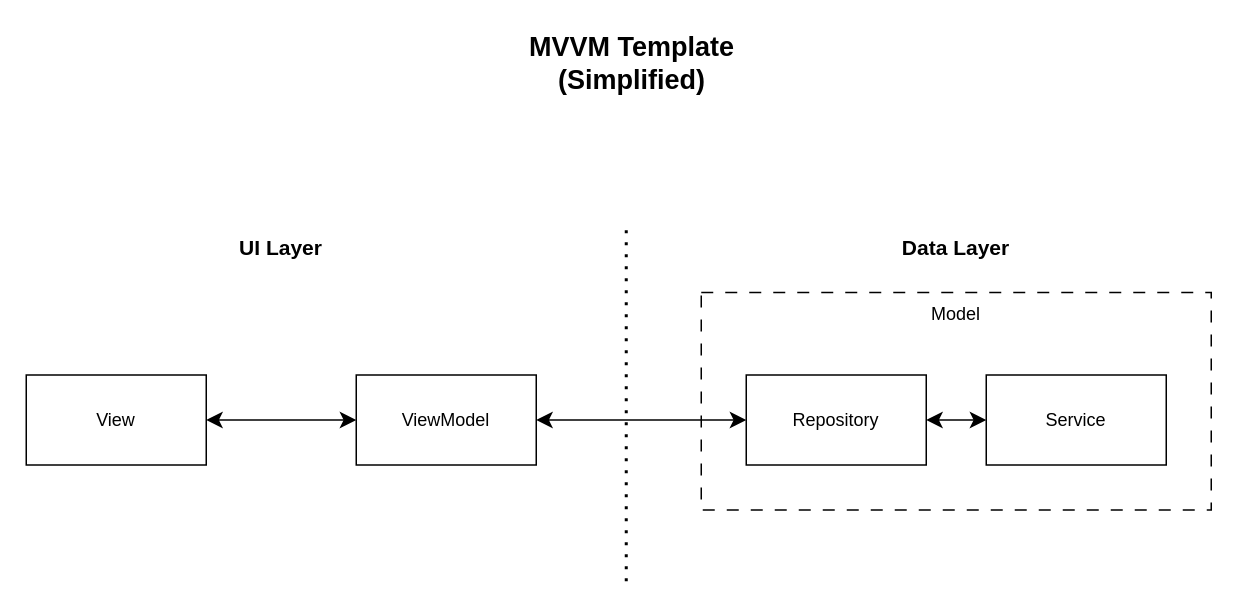
Above: page "Simplified" (1 of 4) of MVVM_template.drawio in Oxford-Hypernautics/.github (draw.io), before the change. Source tidied: cells renumbered, new cells numbered last; positions are measured from the earlier drawing's top-left corner, leaving out a move shared by most shapes. Both pictures are drawn from the tidied source at 150%, with x=0, y=0 at pixel (26, 26).
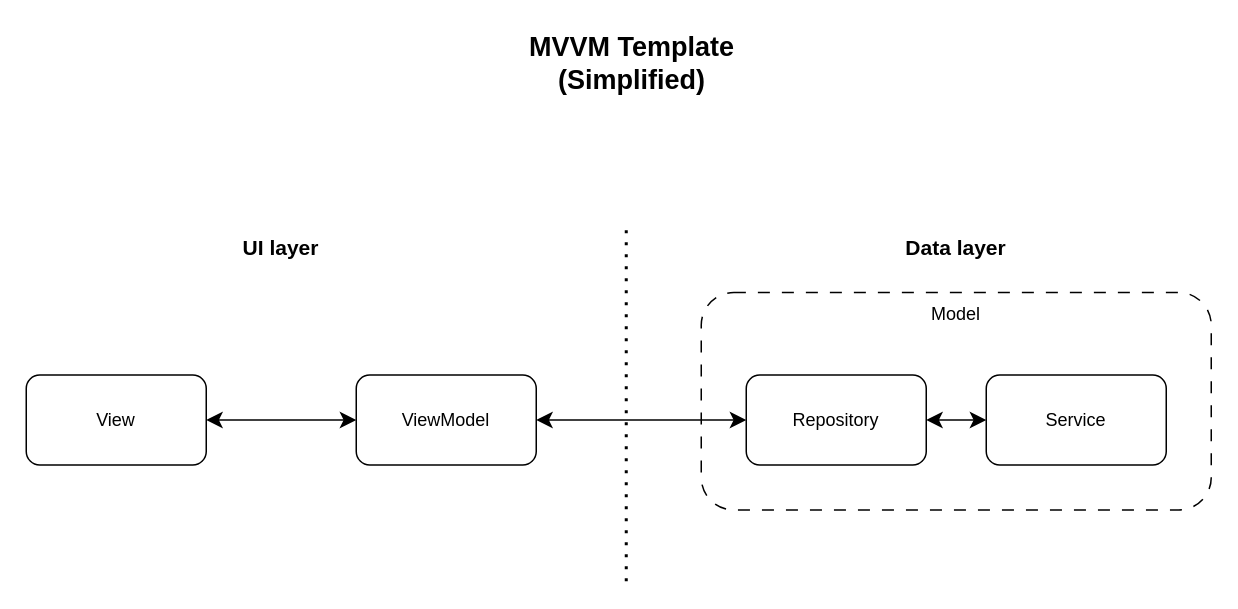
Above is the later version.

Commit message:
feat: add "Domain layer" page

Diff of the diagram source:
```diff
@@
 <mxGraphModel>
   <root>
     <mxCell id="0" />
     <mxCell id="1" parent="0" />
     <mxCell id="2" value="MVVM Template&lt;div&gt;(Simplified)&lt;/div&gt;" style="text;html=1;align=center;verticalAlign=middle;whiteSpace=wrap;rounded=0;fontSize=18;fontStyle=1;" parent="1" vertex="1">
       <mxGeometry x="329" width="150" height="50" as="geometry" />
     </mxCell>
     <mxCell id="3" parent="0" />
-    <mxCell id="4" value="ViewModel" style="whiteSpace=wrap;html=1;" parent="3" vertex="1">
+    <mxCell id="4" value="ViewModel" style="whiteSpace=wrap;html=1;rounded=1;" parent="3" vertex="1">
       <mxGeometry x="220" y="232.5" width="120" height="60" as="geometry" />
     </mxCell>
-    <mxCell id="5" value="View" style="whiteSpace=wrap;html=1;" parent="3" vertex="1">
+    <mxCell id="5" value="View" style="whiteSpace=wrap;html=1;rounded=1;" parent="3" vertex="1">
       <mxGeometry y="232.5" width="120" height="60" as="geometry" />
     </mxCell>
-    <mxCell id="6" value="Model" style="rounded=0;whiteSpace=wrap;html=1;verticalAlign=top;dashed=1;strokeColor=default;dashPattern=8 8;" parent="3" vertex="1">
+    <mxCell id="6" value="Model" style="rounded=1;whiteSpace=wrap;html=1;verticalAlign=top;dashed=1;strokeColor=default;dashPattern=8 8;" parent="3" vertex="1">
       <mxGeometry x="450" y="177.5" width="340" height="145" as="geometry" />
     </mxCell>
     <mxCell id="7" style="endArrow=classic;startArrow=classic;html=1;rounded=0;fontSize=12;startSize=8;endSize=8;curved=1;" parent="3" edge="1" source="4" target="9">
       <mxGeometry relative="1" as="geometry" />
     </mxCell>
     <mxCell id="8" style="endArrow=classic;startArrow=classic;html=1;rounded=0;fontSize=12;startSize=8;endSize=8;curved=1;" parent="3" edge="1" source="5" target="4">
       <mxGeometry relative="1" as="geometry" />
     </mxCell>
-    <mxCell id="9" value="Repository" style="whiteSpace=wrap;html=1;" parent="3" vertex="1">
+    <mxCell id="9" value="Repository" style="whiteSpace=wrap;html=1;rounded=1;" parent="3" vertex="1">
       <mxGeometry x="480" y="232.5" width="120" height="60" as="geometry" />
     </mxCell>
-    <mxCell id="10" value="Service" style="whiteSpace=wrap;html=1;" parent="3" vertex="1">
+    <mxCell id="10" value="Service" style="whiteSpace=wrap;html=1;rounded=1;" parent="3" vertex="1">
       <mxGeometry x="640" y="232.5" width="120" height="60" as="geometry" />
     </mxCell>
     <mxCell id="11" style="endArrow=classic;startArrow=classic;html=1;rounded=0;fontSize=12;startSize=8;endSize=8;curved=1;" parent="3" edge="1" source="9" target="10">
       <mxGeometry relative="1" as="geometry" />
     </mxCell>
     <mxCell id="12" style="endArrow=none;dashed=1;html=1;dashPattern=1 3;strokeWidth=2;rounded=0;" parent="3" edge="1">
       <mxGeometry relative="1" as="geometry">
         <mxPoint x="400" y="370" as="sourcePoint" />
         <mxPoint x="400" y="130" as="targetPoint" />
       </mxGeometry>
     </mxCell>
-    <mxCell id="13" value="&lt;b&gt;&lt;font style=&quot;font-size: 14px;&quot;&gt;UI Layer&lt;/font&gt;&lt;/b&gt;" style="text;html=1;align=center;verticalAlign=middle;whiteSpace=wrap;rounded=0;" parent="3" vertex="1">
+    <mxCell id="13" value="&lt;b&gt;&lt;font style=&quot;font-size: 14px;&quot;&gt;UI layer&lt;/font&gt;&lt;/b&gt;" style="text;html=1;align=center;verticalAlign=middle;whiteSpace=wrap;rounded=0;" parent="3" vertex="1">
       <mxGeometry x="140" y="132.5" width="60" height="30" as="geometry" />
     </mxCell>
-    <mxCell id="14" value="&lt;b&gt;&lt;font style=&quot;font-size: 14px;&quot;&gt;Data Layer&lt;/font&gt;&lt;/b&gt;" style="text;html=1;align=center;verticalAlign=middle;whiteSpace=wrap;rounded=0;" parent="3" vertex="1">
+    <mxCell id="14" value="&lt;b&gt;&lt;font style=&quot;font-size: 14px;&quot;&gt;Data layer&lt;/font&gt;&lt;/b&gt;" style="text;html=1;align=center;verticalAlign=middle;whiteSpace=wrap;rounded=0;" parent="3" vertex="1">
       <mxGeometry x="580" y="132.5" width="80" height="30" as="geometry" />
     </mxCell>
   </root>
 </mxGraphModel>
```
